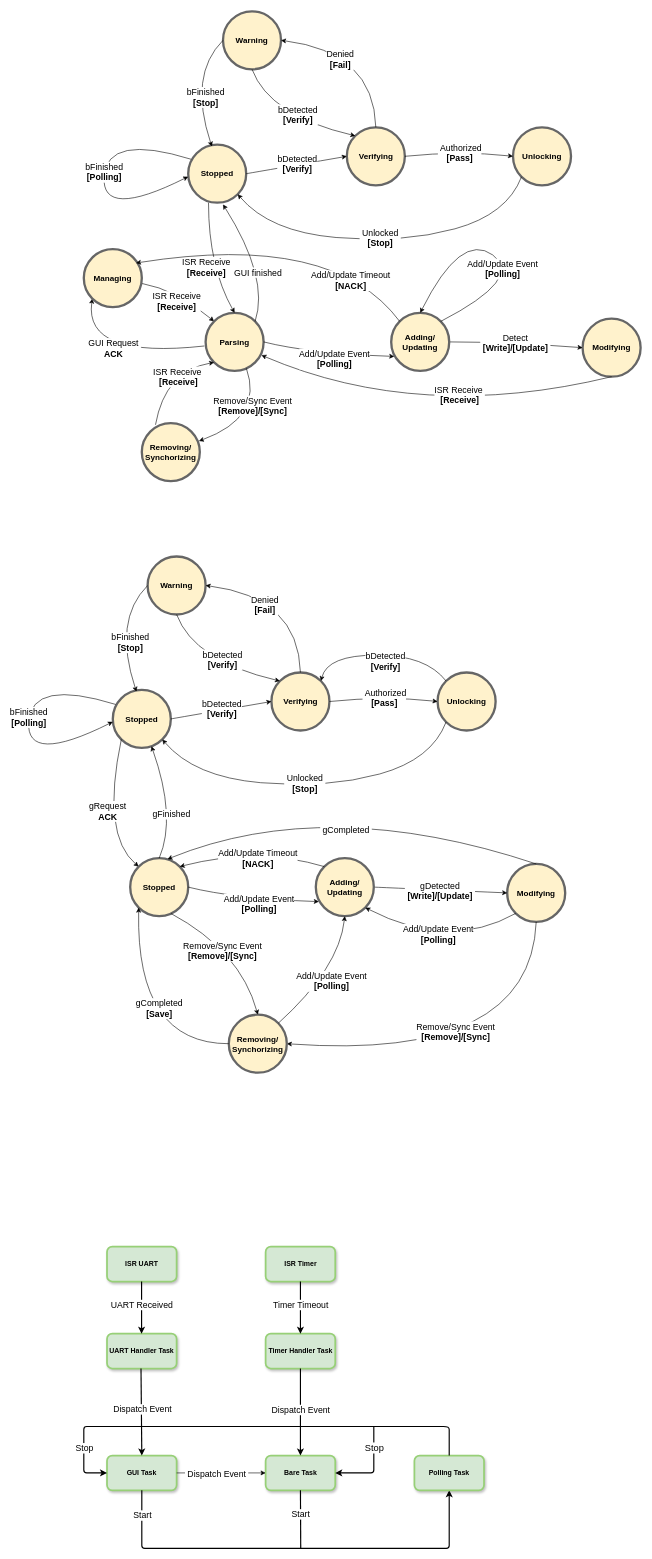
Above: Docs/entire FSM.drawio in trieu1162000/AESD (draw.io), before the change. Source tidied: cells renumbered, new cells numbered last; positions are measured from the earlier drawing's top-left corner, leaving out a move shared by most shapes. Both pictures are drawn from the tidied source at 58%, with x=0, y=0 at pixel (26, 11).
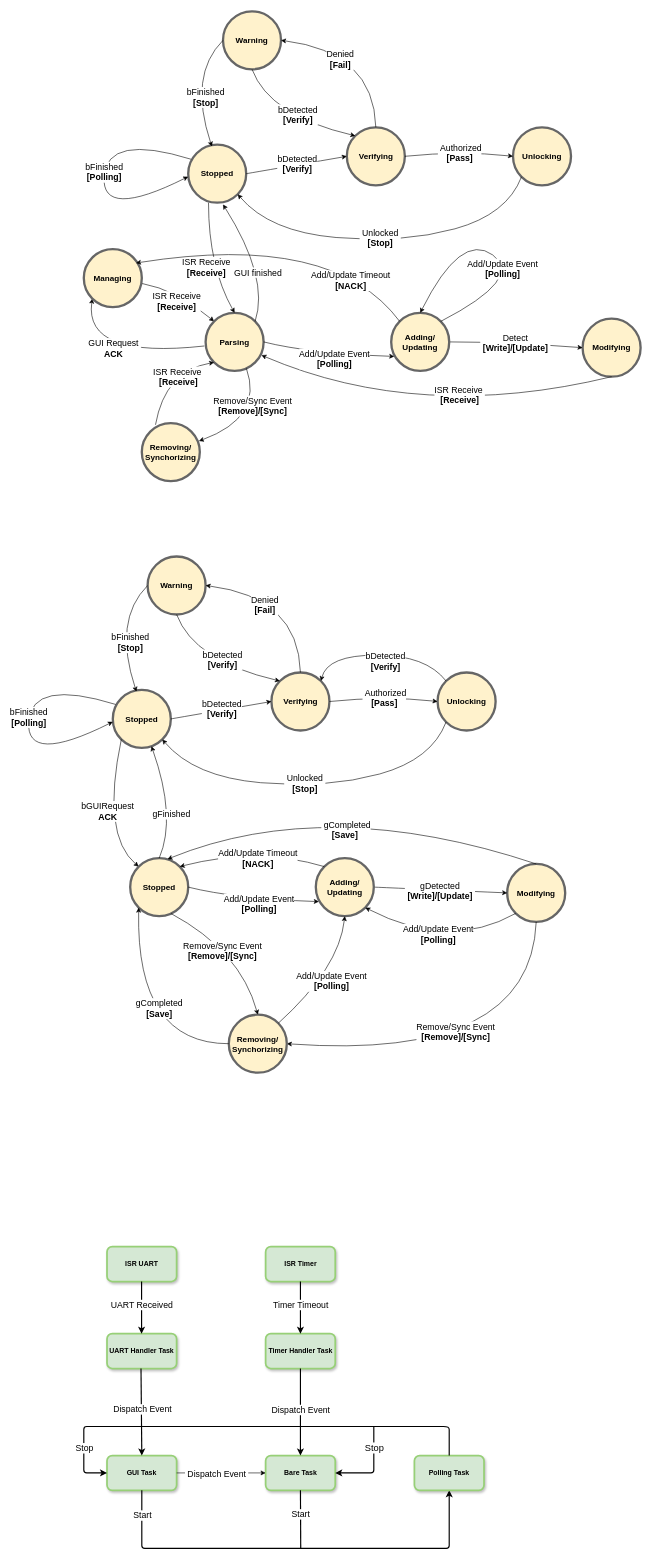
After the change.

The change refers to these unchanged cells:
```xml
<mxCell id="68" style="curved=1;endArrow=classic;html=1;rounded=0;entryX=0;entryY=0;entryDx=0;entryDy=0;exitX=0;exitY=1;exitDx=0;exitDy=0;" parent="1" edge="1" source="50" target="72">
  <mxGeometry relative="1" as="geometry">
    <Array as="points">
      <mxPoint x="130" y="1420" />
    </Array>
  </mxGeometry>
</mxCell>
<mxCell id="89" style="curved=1;endArrow=classic;html=1;rounded=0;exitX=0.5;exitY=0;exitDx=0;exitDy=0;entryX=0.642;entryY=0.018;entryDx=0;entryDy=0;entryPerimeter=0;" parent="1" edge="1" source="63" target="72">
  <mxGeometry relative="1" as="geometry">
    <Array as="points">
      <mxPoint x="520" y="1350" />
    </Array>
  </mxGeometry>
</mxCell>
```

What changed in the source:
```diff
@@
-    <mxCell id="69" value="&lt;font style=&quot;font-size: 15px;&quot;&gt;&amp;nbsp;gRequest&amp;nbsp;&lt;br style=&quot;border-color: var(--border-color);&quot;&gt;&lt;b style=&quot;border-color: var(--border-color);&quot;&gt;&amp;nbsp;ACK&amp;nbsp;&lt;/b&gt;&lt;br&gt;&lt;/font&gt;" style="edgeLabel;html=1;align=center;verticalAlign=middle;" parent="68" vertex="1">
+    <mxCell id="69" value="&lt;font style=&quot;font-size: 15px;&quot;&gt;&amp;nbsp;bGUIRequest&amp;nbsp;&lt;br style=&quot;border-color: var(--border-color);&quot;&gt;&lt;b style=&quot;border-color: var(--border-color);&quot;&gt;&amp;nbsp;ACK&amp;nbsp;&lt;/b&gt;&lt;br&gt;&lt;/font&gt;" style="edgeLabel;html=1;align=center;verticalAlign=middle;" parent="68" vertex="1">
       <mxGeometry x="0.05" y="5" relative="1" as="geometry">
         <mxPoint x="-2" y="-8" as="offset" />
       </mxGeometry>
     </mxCell>
@@
-    <mxCell id="90" value="&lt;font style=&quot;font-size: 15px;&quot;&gt;&amp;nbsp;gCompleted&amp;nbsp;&lt;br&gt;&lt;/font&gt;" style="edgeLabel;html=1;align=center;verticalAlign=middle;" parent="89" vertex="1">
+    <mxCell id="90" value="&lt;font style=&quot;font-size: 15px;&quot;&gt;&amp;nbsp;gCompleted&lt;br&gt;&lt;b&gt;[Save]&lt;/b&gt;&amp;nbsp;&lt;br&gt;&lt;/font&gt;" style="edgeLabel;html=1;align=center;verticalAlign=middle;" parent="89" vertex="1">
       <mxGeometry x="0.05" y="5" relative="1" as="geometry">
         <mxPoint x="10" y="48" as="offset" />
       </mxGeometry>
     </mxCell>
```
